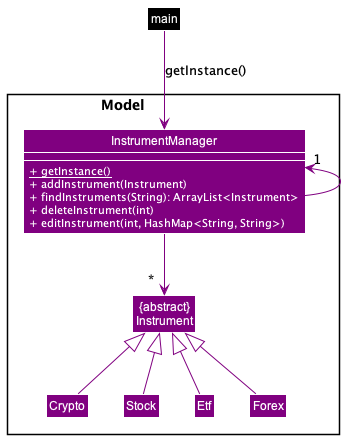
Before: docs/images/ModelDiagram.png, a diagram exported from PlantUML (williamlamjy/mTracker). Source of this version:
```plantuml
@startuml
!include Styles.puml

Package "Model                    "  <<Rectangle>>{
     Class "{abstract}\nInstrument" as Instrument COLOR_MODEL
     Class InstrumentManager COLOR_MODEL {
        <color:WHITE>+ {static} getInstance()</color>
        <color:WHITE>+ addInstrument(Instrument)</color>
        <color:WHITE>+ findInstruments(String): ArrayList<Instrument></color>
        <color:WHITE>+ deleteInstrument(int)</color>
        <color:WHITE>+ editInstrument(int, HashMap<String, String>)</color>
     }
     Class Crypto COLOR_MODEL
     Class Stock COLOR_MODEL
     Class Etf COLOR_MODEL
     Class Forex COLOR_MODEL
}

show InstrumentManager members

Class main COLOR_MAIN
main -down[COLOR_MODEL]-> InstrumentManager: getInstance()
InstrumentManager -up[COLOR_MODEL]-> "1"InstrumentManager
Crypto -up[COLOR_MODEL]-|>Instrument
Stock -up[COLOR_MODEL]-|>Instrument
Etf -up[COLOR_MODEL]-|>Instrument
Forex -up[COLOR_MODEL]-|>Instrument
InstrumentManager -down[COLOR_MODEL]-> "              *" Instrument

@enduml
```
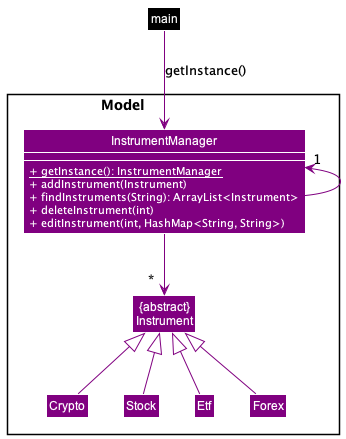
The same diagram one commit later.

Diff of the diagram source:
```diff
@@ -4,7 +4,7 @@
 Package "Model                    "  <<Rectangle>>{
      Class "{abstract}\nInstrument" as Instrument COLOR_MODEL
      Class InstrumentManager COLOR_MODEL {
-        <color:WHITE>+ {static} getInstance()</color>
+        <color:WHITE>+ {static} getInstance(): InstrumentManager</color>
         <color:WHITE>+ addInstrument(Instrument)</color>
         <color:WHITE>+ findInstruments(String): ArrayList<Instrument></color>
         <color:WHITE>+ deleteInstrument(int)</color>
```
